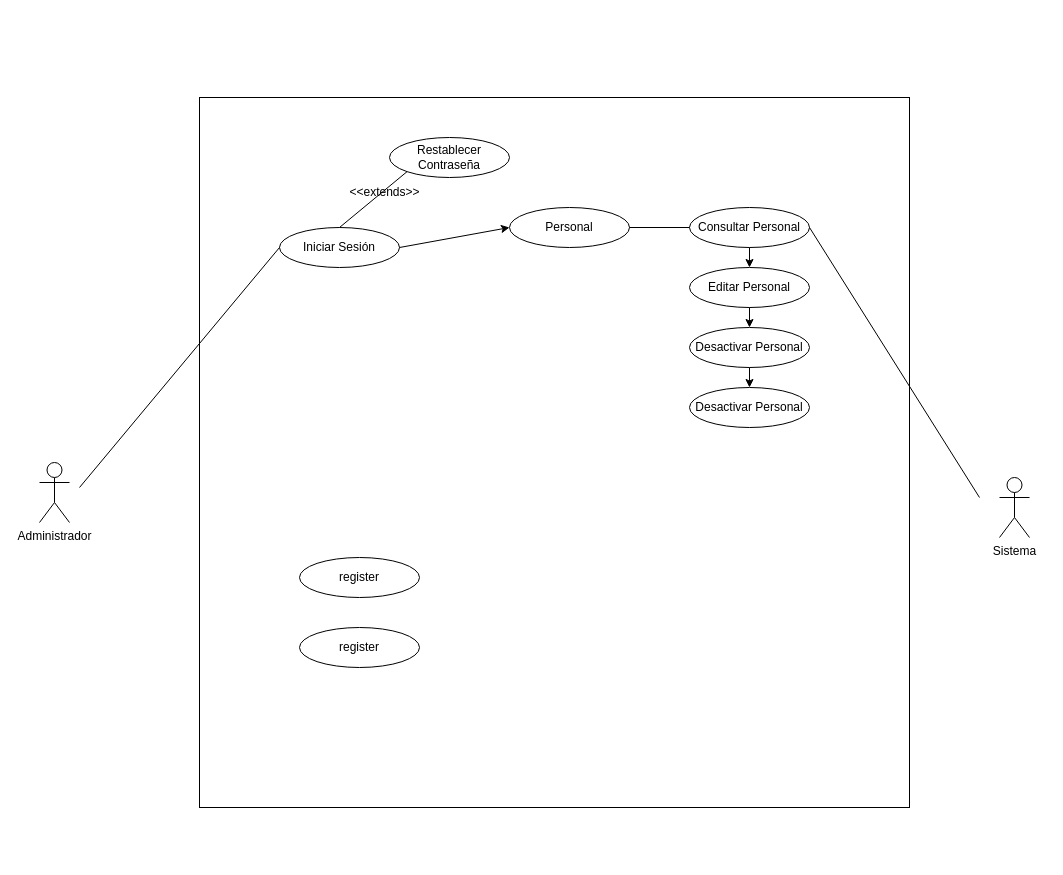
The draw.io diagram page "NavUser" (1 of 2) of uploads/Diagramas Documentacion.drawio in Mogom/Imagenes_PetsHeaven, before the edit. Source tidied: cells renumbered, new cells numbered last; positions are measured from the earlier drawing's top-left corner, leaving out a move shared by most shapes. Both pictures are drawn from the tidied source at 100%, with x=0, y=0 at pixel (39, 97).
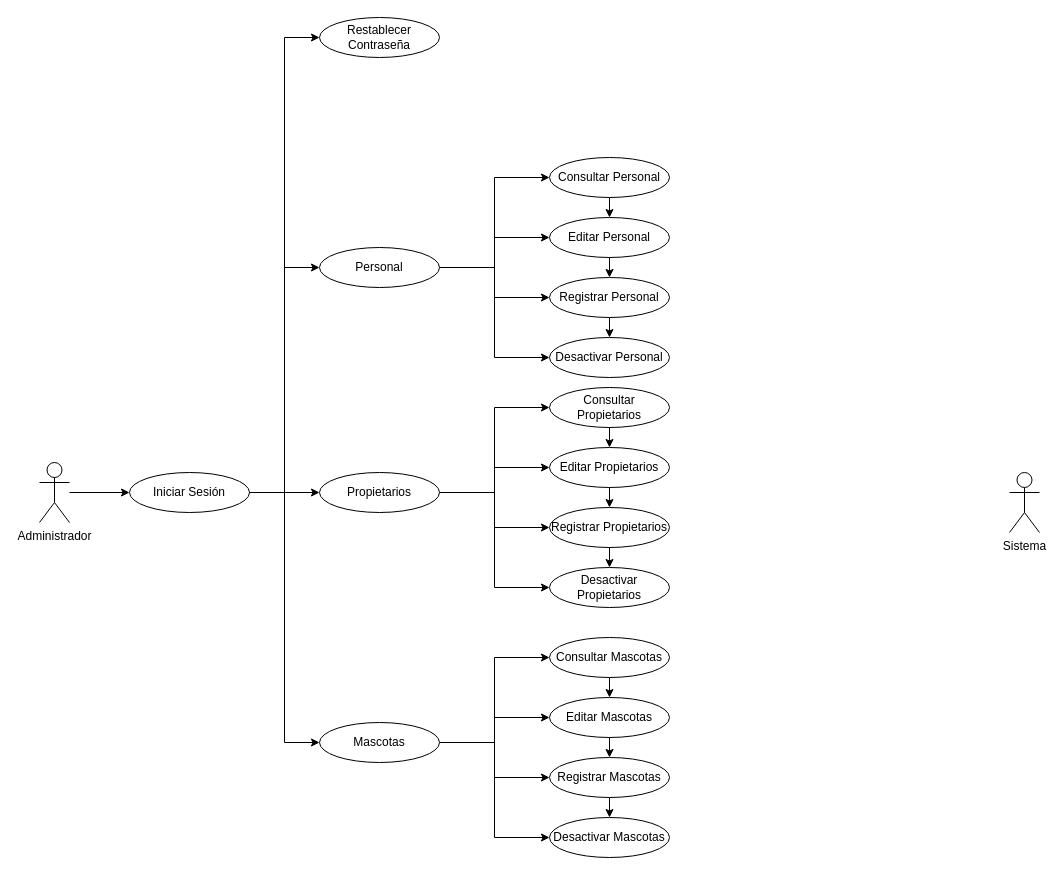
Above is the later version.

Unchanged cells that the change refers to:
```xml
<mxCell id="4" value="Administrador" style="shape=umlActor;verticalLabelPosition=bottom;verticalAlign=top;html=1;outlineConnect=0;" parent="1" vertex="1">
  <mxGeometry y="365" width="30" height="60" as="geometry" />
</mxCell>
```

Diff of the diagram source:
```diff
@@
     <mxCell id="2" value="Sistema" style="shape=umlActor;verticalLabelPosition=bottom;verticalAlign=top;html=1;" parent="1" vertex="1">
-      <mxGeometry x="960" y="380" width="30" height="60" as="geometry" />
+      <mxGeometry x="970" y="375" width="30" height="60" as="geometry" />
     </mxCell>
-    <mxCell id="3" style="whiteSpace=wrap;html=1;" parent="1" vertex="1">
-      <mxGeometry x="160" width="710" height="710" as="geometry" />
-    </mxCell>
+    <mxCell id="23" style="edgeStyle=orthogonalEdgeStyle;rounded=0;jettySize=auto;html=1;entryX=0;entryY=0.5;entryDx=0;entryDy=0;" parent="1" edge="1" source="4" target="5">
+      <mxGeometry relative="1" as="geometry" />
+    </mxCell>
@@
+    <mxCell id="18" style="edgeStyle=orthogonalEdgeStyle;rounded=0;jettySize=auto;html=1;entryX=0;entryY=0.5;entryDx=0;entryDy=0;" parent="1" edge="1" source="5" target="16">
+      <mxGeometry relative="1" as="geometry" />
+    </mxCell>
+    <mxCell id="24" style="edgeStyle=orthogonalEdgeStyle;rounded=0;jettySize=auto;html=1;entryX=0;entryY=0.5;entryDx=0;entryDy=0;" parent="1" edge="1" source="5" target="36">
+      <mxGeometry relative="1" as="geometry" />
+    </mxCell>
+    <mxCell id="25" style="edgeStyle=orthogonalEdgeStyle;rounded=0;jettySize=auto;html=1;entryX=0;entryY=0.5;entryDx=0;entryDy=0;" parent="1" edge="1" source="5" target="48">
+      <mxGeometry relative="1" as="geometry" />
+    </mxCell>
+    <mxCell id="14" style="edgeStyle=orthogonalEdgeStyle;rounded=0;jettySize=auto;html=1;entryX=0;entryY=0.5;entryDx=0;entryDy=0;" parent="1" edge="1" source="5" target="13">
+      <mxGeometry relative="1" as="geometry" />
+    </mxCell>
     <mxCell id="5" value="Iniciar Sesión" style="ellipse;whiteSpace=wrap;html=1;" parent="1" vertex="1">
-      <mxGeometry x="240" y="130" width="120" height="40" as="geometry" />
+      <mxGeometry x="90" y="375" width="120" height="40" as="geometry" />
     </mxCell>
-    <mxCell id="6" style="endArrow=none;html=1;rounded=0;entryX=0;entryY=0.5;entryDx=0;entryDy=0;" parent="1" edge="1" target="5">
-      <mxGeometry relative="1" as="geometry">
-        <mxPoint x="40" y="390" as="sourcePoint" />
-      </mxGeometry>
-    </mxCell>
     <mxCell id="7" value="Consultar Personal" style="ellipse;whiteSpace=wrap;html=1;" parent="1" vertex="1">
-      <mxGeometry x="650" y="110" width="120" height="40" as="geometry" />
+      <mxGeometry x="510" y="60" width="120" height="40" as="geometry" />
     </mxCell>
-    <mxCell id="8" value="Desactivar Personal" style="ellipse;whiteSpace=wrap;html=1;" parent="1" vertex="1">
-      <mxGeometry x="650" y="230" width="120" height="40" as="geometry" />
+    <mxCell id="8" value="Registrar Personal" style="ellipse;whiteSpace=wrap;html=1;" parent="1" vertex="1">
+      <mxGeometry x="510" y="180" width="120" height="40" as="geometry" />
     </mxCell>
     <mxCell id="9" value="Editar Personal" style="ellipse;whiteSpace=wrap;html=1;" parent="1" vertex="1">
-      <mxGeometry x="650" y="170" width="120" height="40" as="geometry" />
+      <mxGeometry x="510" y="120" width="120" height="40" as="geometry" />
     </mxCell>
-    <mxCell id="10" value="register" style="ellipse;whiteSpace=wrap;html=1;" parent="1" vertex="1">
-      <mxGeometry x="260" y="460" width="120" height="40" as="geometry" />
-    </mxCell>
-    <mxCell id="11" value="register" style="ellipse;whiteSpace=wrap;html=1;" parent="1" vertex="1">
-      <mxGeometry x="260" y="530" width="120" height="40" as="geometry" />
-    </mxCell>
-    <mxCell id="12" style="endArrow=none;html=1;rounded=0;exitX=1;exitY=0.5;exitDx=0;exitDy=0;" parent="1" edge="1" source="7">
-      <mxGeometry relative="1" as="geometry">
-        <mxPoint x="940" y="400" as="targetPoint" />
-      </mxGeometry>
-    </mxCell>
     <mxCell id="13" value="Restablecer Contraseña" style="ellipse;whiteSpace=wrap;html=1;" parent="1" vertex="1">
-      <mxGeometry x="350" y="40" width="120" height="40" as="geometry" />
+      <mxGeometry x="280" y="-80" width="120" height="40" as="geometry" />
     </mxCell>
-    <mxCell id="14" style="endArrow=none;html=1;rounded=0;entryX=0;entryY=1;entryDx=0;entryDy=0;exitX=0.5;exitY=0;exitDx=0;exitDy=0;" parent="1" edge="1" source="5" target="13">
-      <mxGeometry relative="1" as="geometry" />
-    </mxCell>
-    <mxCell id="15" value="&amp;lt;&amp;lt;extends&amp;gt;&amp;gt;" style="text;html=1;align=center;verticalAlign=middle;strokeColor=none;fillColor=none;" parent="1" vertex="1">
-      <mxGeometry x="300" y="80" width="90" height="30" as="geometry" />
-    </mxCell>
+    <mxCell id="17" style="edgeStyle=orthogonalEdgeStyle;rounded=0;jettySize=auto;html=1;entryX=0;entryY=0.5;entryDx=0;entryDy=0;" parent="1" edge="1" source="16" target="7">
+      <mxGeometry relative="1" as="geometry" />
+    </mxCell>
+    <mxCell id="26" style="edgeStyle=orthogonalEdgeStyle;rounded=0;jettySize=auto;html=1;entryX=0;entryY=0.5;entryDx=0;entryDy=0;" parent="1" edge="1" source="16" target="21">
+      <mxGeometry relative="1" as="geometry" />
+    </mxCell>
+    <mxCell id="27" style="edgeStyle=orthogonalEdgeStyle;rounded=0;jettySize=auto;html=1;entryX=0;entryY=0.5;entryDx=0;entryDy=0;" parent="1" edge="1" source="16" target="9">
+      <mxGeometry relative="1" as="geometry" />
+    </mxCell>
+    <mxCell id="28" style="edgeStyle=orthogonalEdgeStyle;rounded=0;jettySize=auto;html=1;entryX=0;entryY=0.5;entryDx=0;entryDy=0;" parent="1" edge="1" source="16" target="8">
+      <mxGeometry relative="1" as="geometry" />
+    </mxCell>
     <mxCell id="16" value="Personal" style="ellipse;whiteSpace=wrap;html=1;" parent="1" vertex="1">
-      <mxGeometry x="470" y="110" width="120" height="40" as="geometry" />
+      <mxGeometry x="280" y="150" width="120" height="40" as="geometry" />
     </mxCell>
-    <mxCell id="17" style="endArrow=none;html=1;rounded=0;exitX=1;exitY=0.5;exitDx=0;exitDy=0;entryX=0;entryY=0.5;entryDx=0;entryDy=0;" parent="1" edge="1" source="16" target="7">
-      <mxGeometry relative="1" as="geometry" />
-    </mxCell>
-    <mxCell id="18" style="endArrow=classic;html=1;rounded=0;entryX=0;entryY=0.5;entryDx=0;entryDy=0;exitX=1;exitY=0.5;exitDx=0;exitDy=0;" parent="1" edge="1" source="5" target="16">
-      <mxGeometry relative="1" as="geometry" />
-    </mxCell>
@@
     <mxCell id="21" value="Desactivar Personal" style="ellipse;whiteSpace=wrap;html=1;" parent="1" vertex="1">
-      <mxGeometry x="650" y="290" width="120" height="40" as="geometry" />
+      <mxGeometry x="510" y="240" width="120" height="40" as="geometry" />
     </mxCell>
@@
+    <mxCell id="29" value="Consultar Propietarios" style="ellipse;whiteSpace=wrap;html=1;" parent="1" vertex="1">
+      <mxGeometry x="510" y="290" width="120" height="40" as="geometry" />
+    </mxCell>
+    <mxCell id="30" value="Registrar Propietarios" style="ellipse;whiteSpace=wrap;html=1;" parent="1" vertex="1">
+      <mxGeometry x="510" y="410" width="120" height="40" as="geometry" />
+    </mxCell>
+    <mxCell id="31" value="Editar Propietarios" style="ellipse;whiteSpace=wrap;html=1;" parent="1" vertex="1">
+      <mxGeometry x="510" y="350" width="120" height="40" as="geometry" />
+    </mxCell>
+    <mxCell id="32" style="edgeStyle=orthogonalEdgeStyle;rounded=0;jettySize=auto;html=1;entryX=0;entryY=0.5;entryDx=0;entryDy=0;" parent="1" edge="1" source="36" target="29">
+      <mxGeometry relative="1" as="geometry" />
+    </mxCell>
+    <mxCell id="33" style="edgeStyle=orthogonalEdgeStyle;rounded=0;jettySize=auto;html=1;entryX=0;entryY=0.5;entryDx=0;entryDy=0;" parent="1" edge="1" source="36" target="39">
+      <mxGeometry relative="1" as="geometry" />
+    </mxCell>
+    <mxCell id="34" style="edgeStyle=orthogonalEdgeStyle;rounded=0;jettySize=auto;html=1;entryX=0;entryY=0.5;entryDx=0;entryDy=0;" parent="1" edge="1" source="36" target="31">
+      <mxGeometry relative="1" as="geometry" />
+    </mxCell>
+    <mxCell id="35" style="edgeStyle=orthogonalEdgeStyle;rounded=0;jettySize=auto;html=1;entryX=0;entryY=0.5;entryDx=0;entryDy=0;" parent="1" edge="1" source="36" target="30">
+      <mxGeometry relative="1" as="geometry" />
+    </mxCell>
+    <mxCell id="36" value="Propietarios" style="ellipse;whiteSpace=wrap;html=1;" parent="1" vertex="1">
+      <mxGeometry x="280" y="375" width="120" height="40" as="geometry" />
+    </mxCell>
+    <mxCell id="37" style="endArrow=classic;html=1;rounded=0;entryX=0.5;entryY=0;entryDx=0;entryDy=0;exitX=0.5;exitY=1;exitDx=0;exitDy=0;" parent="1" edge="1" source="29" target="31">
+      <mxGeometry relative="1" as="geometry" />
+    </mxCell>
+    <mxCell id="38" style="endArrow=classic;html=1;rounded=0;entryX=0.5;entryY=0;entryDx=0;entryDy=0;exitX=0.5;exitY=1;exitDx=0;exitDy=0;" parent="1" edge="1" source="31" target="30">
+      <mxGeometry relative="1" as="geometry" />
+    </mxCell>
+    <mxCell id="39" value="Desactivar Propietarios" style="ellipse;whiteSpace=wrap;html=1;" parent="1" vertex="1">
+      <mxGeometry x="510" y="470" width="120" height="40" as="geometry" />
+    </mxCell>
+    <mxCell id="40" style="endArrow=classic;html=1;rounded=0;entryX=0.5;entryY=0;entryDx=0;entryDy=0;exitX=0.5;exitY=1;exitDx=0;exitDy=0;" parent="1" edge="1" source="30" target="39">
+      <mxGeometry relative="1" as="geometry" />
+    </mxCell>
+    <mxCell id="41" value="Consultar Mascotas" style="ellipse;whiteSpace=wrap;html=1;" parent="1" vertex="1">
+      <mxGeometry x="510" y="540" width="120" height="40" as="geometry" />
+    </mxCell>
+    <mxCell id="42" value="Registrar Mascotas" style="ellipse;whiteSpace=wrap;html=1;" parent="1" vertex="1">
+      <mxGeometry x="510" y="660" width="120" height="40" as="geometry" />
+    </mxCell>
+    <mxCell id="43" value="Editar Mascotas" style="ellipse;whiteSpace=wrap;html=1;" parent="1" vertex="1">
+      <mxGeometry x="510" y="600" width="120" height="40" as="geometry" />
+    </mxCell>
+    <mxCell id="44" style="edgeStyle=orthogonalEdgeStyle;rounded=0;jettySize=auto;html=1;entryX=0;entryY=0.5;entryDx=0;entryDy=0;" parent="1" edge="1" source="48" target="41">
+      <mxGeometry relative="1" as="geometry" />
+    </mxCell>
+    <mxCell id="45" style="edgeStyle=orthogonalEdgeStyle;rounded=0;jettySize=auto;html=1;entryX=0;entryY=0.5;entryDx=0;entryDy=0;" parent="1" edge="1" source="48" target="51">
+      <mxGeometry relative="1" as="geometry" />
+    </mxCell>
+    <mxCell id="46" style="edgeStyle=orthogonalEdgeStyle;rounded=0;jettySize=auto;html=1;entryX=0;entryY=0.5;entryDx=0;entryDy=0;" parent="1" edge="1" source="48" target="43">
+      <mxGeometry relative="1" as="geometry" />
+    </mxCell>
+    <mxCell id="47" style="edgeStyle=orthogonalEdgeStyle;rounded=0;jettySize=auto;html=1;entryX=0;entryY=0.5;entryDx=0;entryDy=0;" parent="1" edge="1" source="48" target="42">
+      <mxGeometry relative="1" as="geometry" />
+    </mxCell>
+    <mxCell id="48" value="Mascotas" style="ellipse;whiteSpace=wrap;html=1;" parent="1" vertex="1">
+      <mxGeometry x="280" y="625" width="120" height="40" as="geometry" />
+    </mxCell>
+    <mxCell id="49" style="endArrow=classic;html=1;rounded=0;entryX=0.5;entryY=0;entryDx=0;entryDy=0;exitX=0.5;exitY=1;exitDx=0;exitDy=0;" parent="1" edge="1" source="41" target="43">
+      <mxGeometry relative="1" as="geometry" />
+    </mxCell>
+    <mxCell id="50" style="endArrow=classic;html=1;rounded=0;entryX=0.5;entryY=0;entryDx=0;entryDy=0;exitX=0.5;exitY=1;exitDx=0;exitDy=0;" parent="1" edge="1" source="43" target="42">
+      <mxGeometry relative="1" as="geometry" />
+    </mxCell>
+    <mxCell id="51" value="Desactivar Mascotas" style="ellipse;whiteSpace=wrap;html=1;" parent="1" vertex="1">
+      <mxGeometry x="510" y="720" width="120" height="40" as="geometry" />
+    </mxCell>
+    <mxCell id="52" style="endArrow=classic;html=1;rounded=0;entryX=0.5;entryY=0;entryDx=0;entryDy=0;exitX=0.5;exitY=1;exitDx=0;exitDy=0;" parent="1" edge="1" source="42" target="51">
+      <mxGeometry relative="1" as="geometry" />
+    </mxCell>
```
